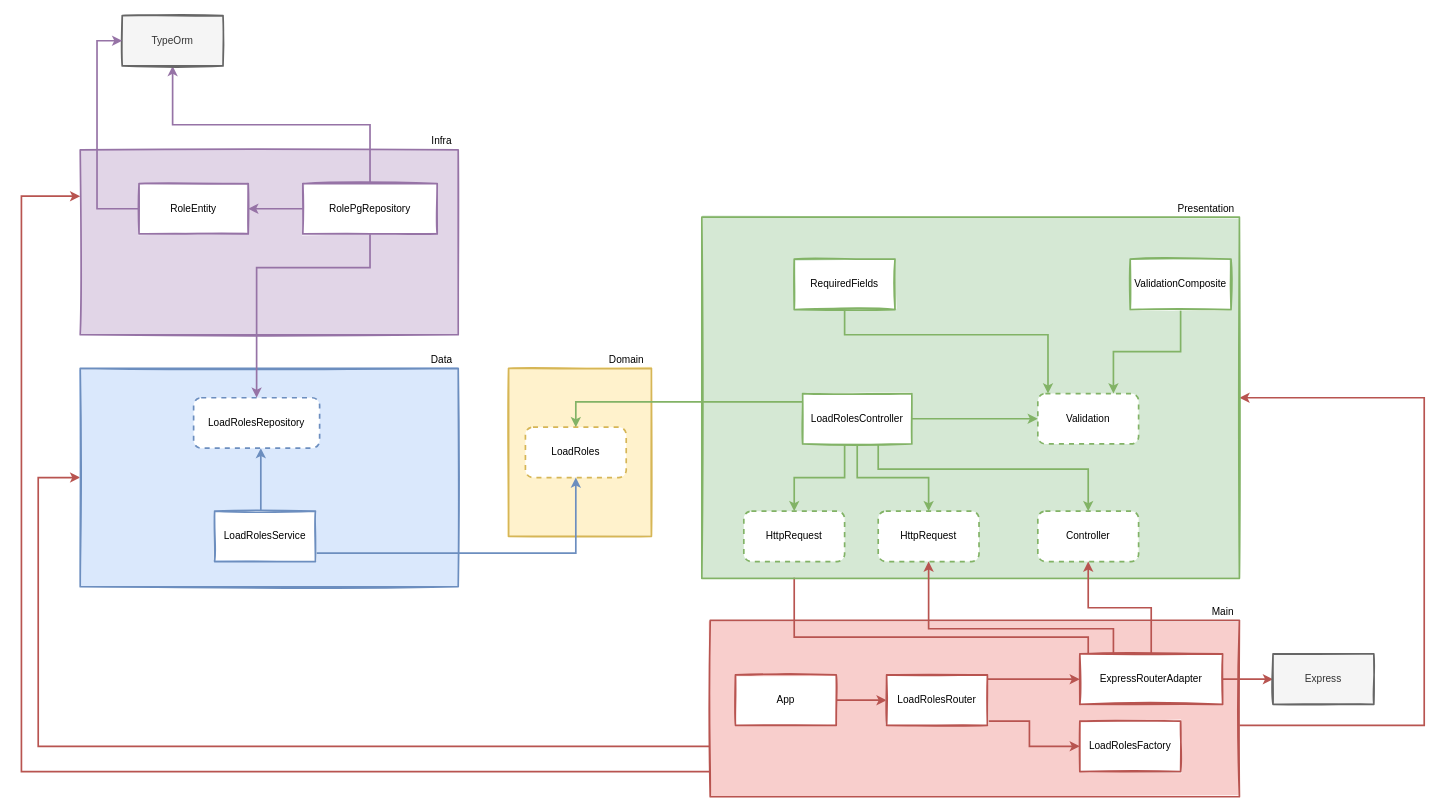
Before: docs/loadRoles.drawio in cvieira850/initial_project, a draw.io diagram. Source tidied: cells renumbered, new cells numbered last; positions are measured from the earlier drawing's top-left corner, leaving out a move shared by most shapes. Both pictures are drawn from the tidied source at 84%, with x=0, y=0 at pixel (21, 15).
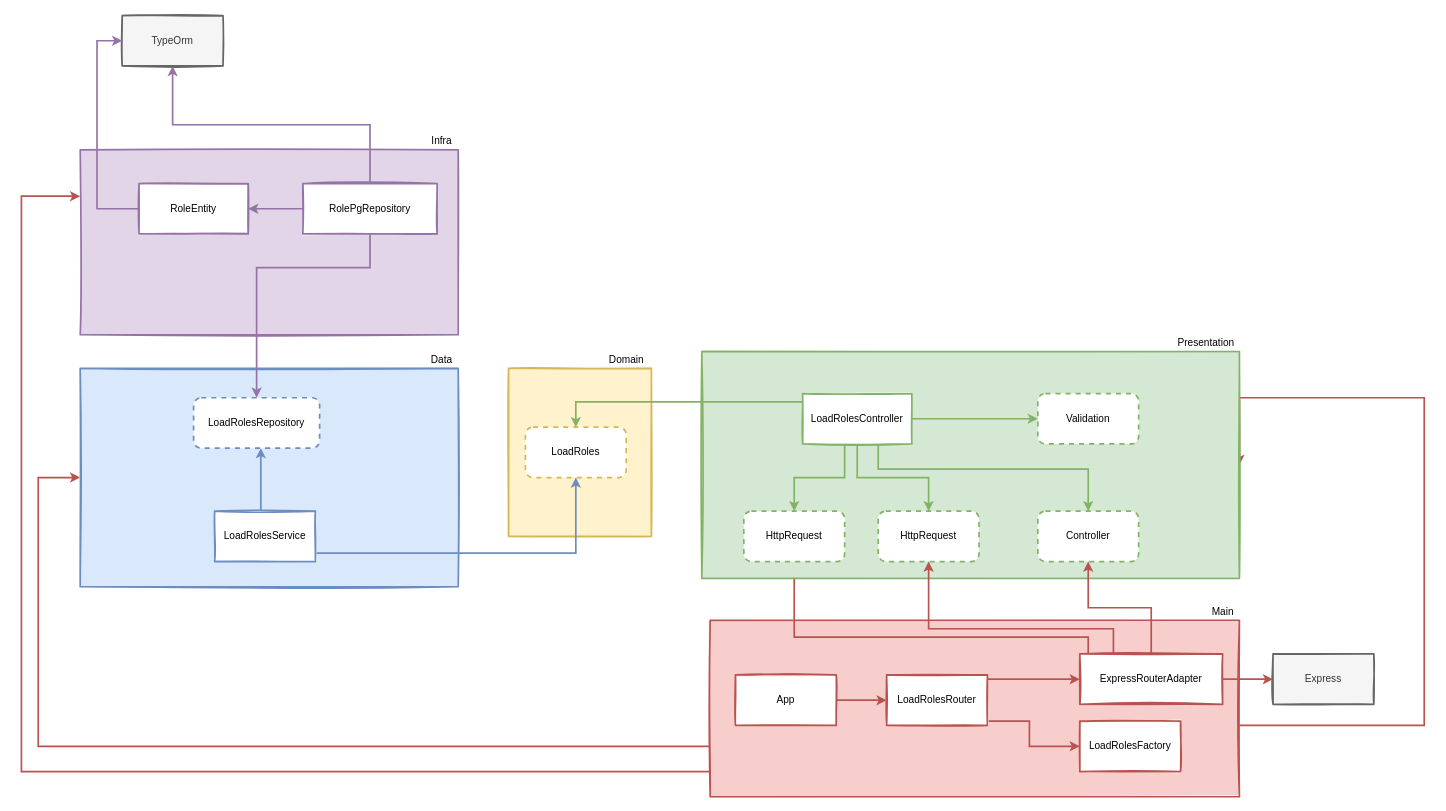
Above is the later version.

Commit message (it also covers changes not shown here):
feat: ensure LoadRolesController calls LoadRoles usecase with correct values

issue: #70

Unchanged cells that the change refers to:
```xml
<mxCell id="46" value="Validation" style="rounded=1;whiteSpace=wrap;html=1;shadow=0;glass=0;sketch=0;strokeWidth=2;strokeColor=#82b366;fillColor=#FFFFFF;dashed=1;" parent="1" vertex="1">
  <mxGeometry x="1210" y="450" width="120" height="60" as="geometry" />
</mxCell>
```

Change to the diagram source:
```diff
@@
     <mxCell id="16" style="rounded=0;whiteSpace=wrap;html=1;shadow=0;glass=0;sketch=1;strokeWidth=2;fillColor=#d5e8d4;strokeColor=#82b366;fillStyle=solid;" parent="1" vertex="1">
-      <mxGeometry x="810" y="240" width="640" height="430" as="geometry" />
+      <mxGeometry x="810" y="400" width="640" height="270" as="geometry" />
     </mxCell>
@@
     <mxCell id="32" value="Presentation" style="text;html=1;align=center;verticalAlign=middle;" parent="1" vertex="1">
-      <mxGeometry x="1370" y="220" width="80" height="20" as="geometry" />
+      <mxGeometry x="1370" y="380" width="80" height="20" as="geometry" />
     </mxCell>
@@
-    <mxCell id="47" style="edgeStyle=orthogonalEdgeStyle;rounded=0;jettySize=auto;html=1;entryX=0.101;entryY=-0.001;entryDx=0;entryDy=0;entryPerimeter=0;fillColor=#d5e8d4;strokeColor=#82b366;strokeWidth=2;" parent="1" edge="1" source="48" target="46">
-      <mxGeometry relative="1" as="geometry">
-        <Array as="points">
-          <mxPoint x="980" y="380" />
-          <mxPoint x="1222" y="380" />
-        </Array>
-      </mxGeometry>
-    </mxCell>
-    <mxCell id="48" value="RequiredFields" style="rounded=0;whiteSpace=wrap;html=1;shadow=0;glass=0;sketch=1;strokeWidth=2;strokeColor=#82b366;fillColor=#FFFFFF;" parent="1" vertex="1">
-      <mxGeometry x="920" y="290" width="120" height="60" as="geometry" />
-    </mxCell>
-    <mxCell id="49" style="edgeStyle=orthogonalEdgeStyle;rounded=0;jettySize=auto;html=1;entryX=0.75;entryY=0;entryDx=0;entryDy=0;strokeWidth=2;fillColor=#d5e8d4;strokeColor=#82b366;" parent="1" edge="1" source="50" target="46">
-      <mxGeometry relative="1" as="geometry" />
-    </mxCell>
-    <mxCell id="50" value="ValidationComposite" style="rounded=0;whiteSpace=wrap;html=1;shadow=0;glass=0;sketch=1;strokeWidth=2;strokeColor=#82b366;fillColor=#FFFFFF;" parent="1" vertex="1">
-      <mxGeometry x="1320" y="290" width="120" height="60" as="geometry" />
-    </mxCell>
```
